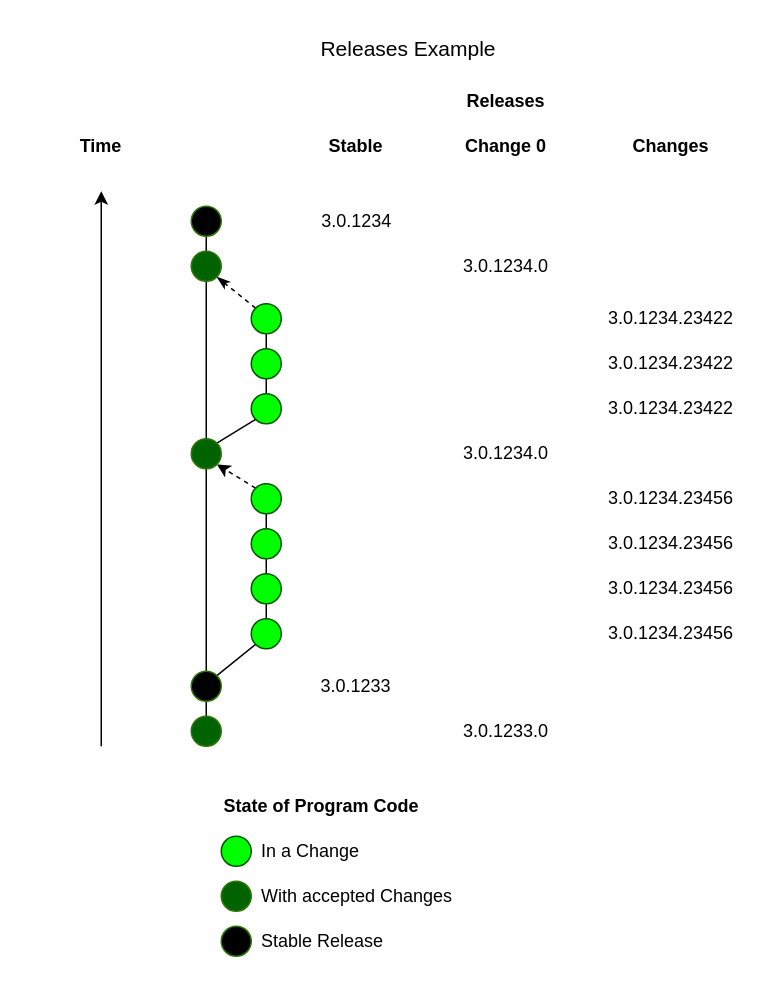
Before: srcx/doc/project/_res/dev.drawio in Pingvin235/bgerp, a draw.io diagram. Source tidied: cells renumbered, new cells numbered last; positions are measured from the earlier drawing's top-left corner, leaving out a move shared by most shapes. Both pictures are drawn from the tidied source at 150%, with x=0, y=0 at pixel (26, 26).
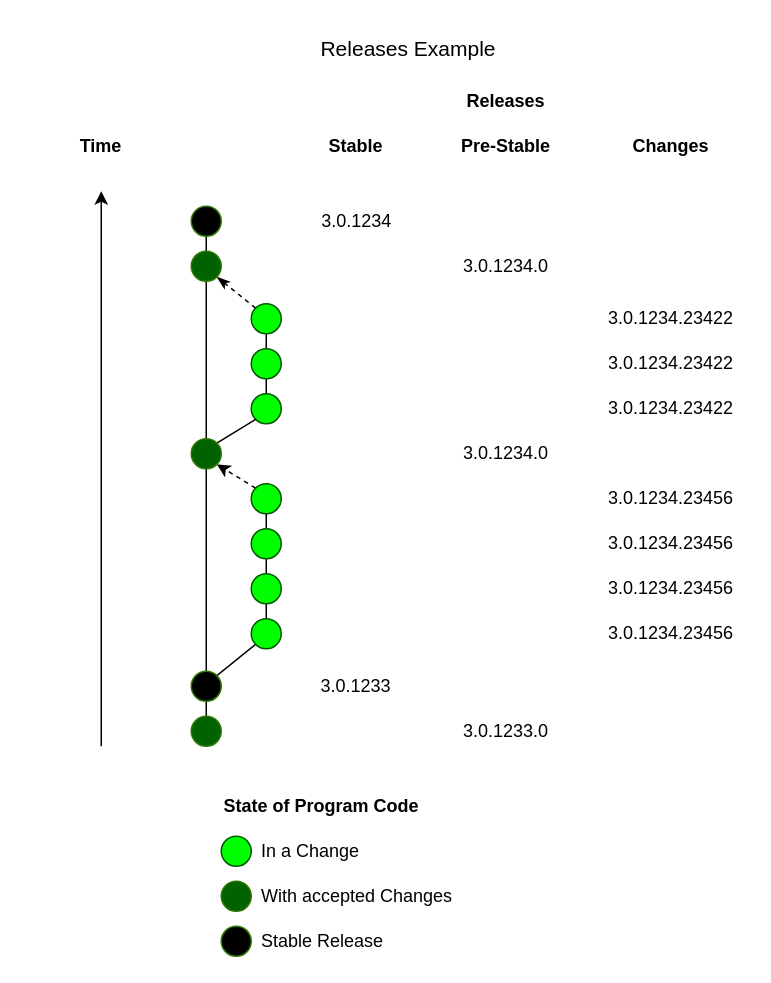
The same diagram, later.

Commit message (it also covers changes not shown here):
p15058 Pre-Stable Release mark.

What changed in the source:
```diff
@@
-    <mxCell id="52" value="Change 0" style="text;html=1;strokeColor=none;fillColor=none;align=center;verticalAlign=middle;whiteSpace=wrap;rounded=0;fontStyle=1;" parent="1" vertex="1">
+    <mxCell id="52" value="Pre-Stable" style="text;html=1;strokeColor=none;fillColor=none;align=center;verticalAlign=middle;whiteSpace=wrap;rounded=0;fontStyle=1;" parent="1" vertex="1">
       <mxGeometry x="285" y="70" width="70" height="20" as="geometry" />
     </mxCell>
```
